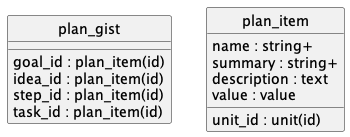
Above: doc/concepts/plan_gist/uml.png in contactopensource/contactopensource (PlantUML), before the change.
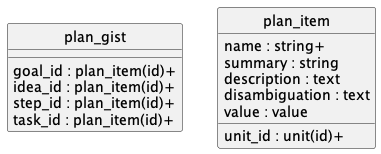
After the commit.

What changed in the source:
```diff
@@ -4,17 +4,18 @@
 hide circle
 
 entity plan_gist {
-  goal_id : plan_item(id)
-  idea_id : plan_item(id)
-  step_id : plan_item(id)
-  task_id : plan_item(id)
+  goal_id : plan_item(id)+
+  idea_id : plan_item(id)+
+  step_id : plan_item(id)+
+  task_id : plan_item(id)+
 }
 
 entity plan_item {
   name : string+
-  summary : string+
+  summary : string
   description : text
-  unit_id : unit(id)
+  disambiguation : text
+  unit_id : unit(id)+
   value : value
 }
 
```
